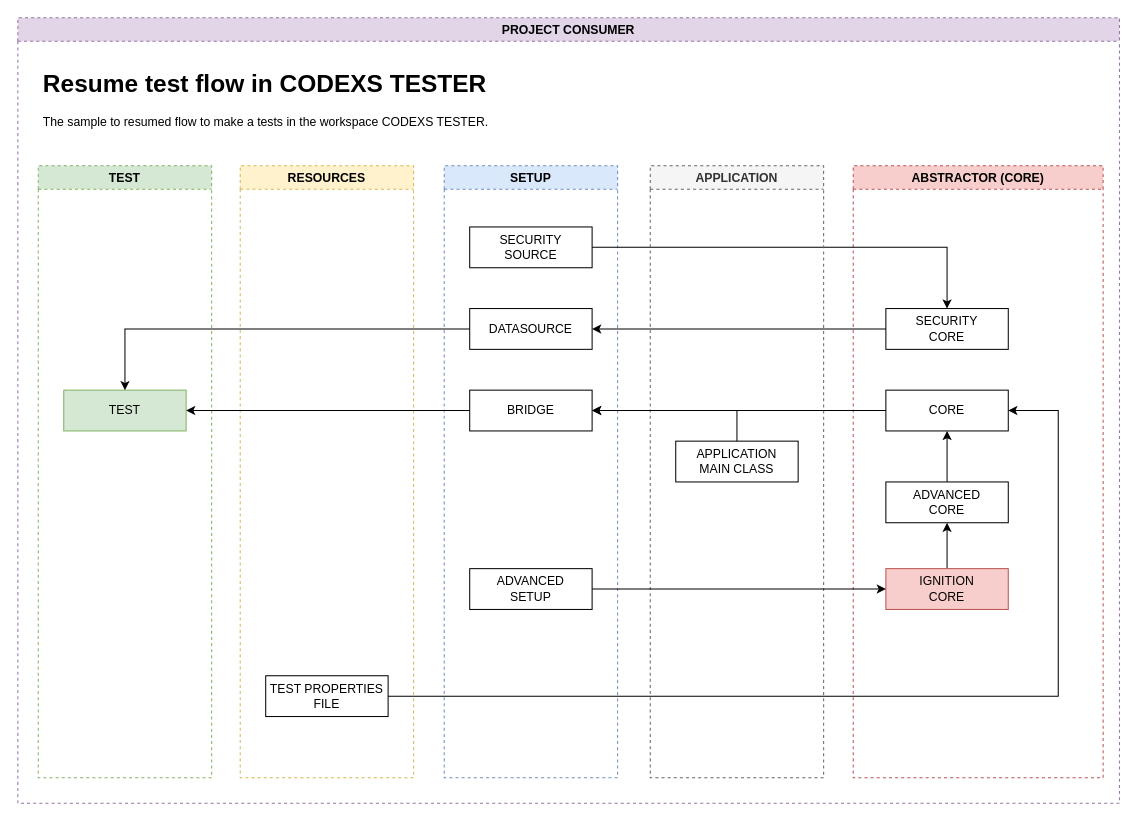
This is page "Resumed" (2 of 4) of data/midias/release_1.0.5/codexstester-diagram-flow-release_1.0.5.drawio from huntercodexs/codexstester, a draw.io file, before an edit. Source tidied: cells renumbered, new cells numbered last; positions are measured from the earlier drawing's top-left corner, leaving out a move shared by most shapes. Both pictures are drawn from the tidied source at 102%, with x=0, y=0 at pixel (17, 17).
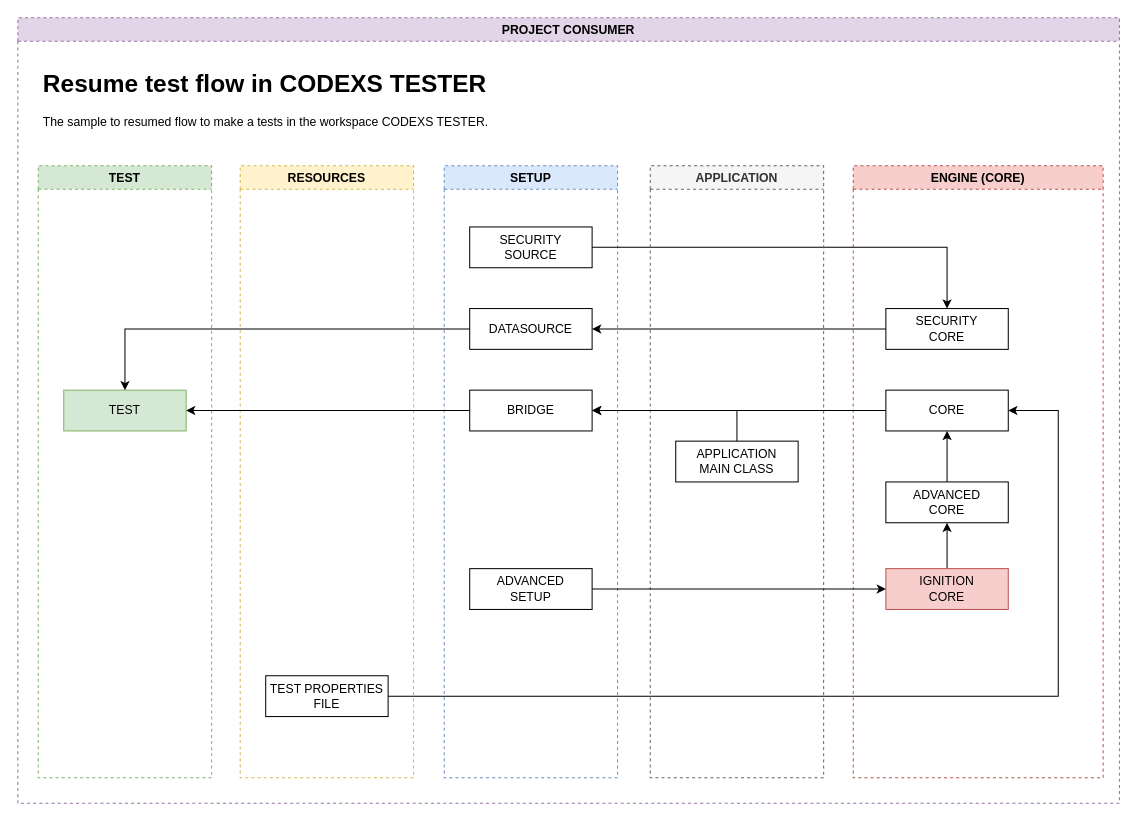
The same page after the edit.

Unchanged cells that the change refers to:
```xml
<mxCell id="2" value="PROJECT CONSUMER" style="swimlane;whiteSpace=wrap;html=1;rounded=0;dashed=1;fillColor=#e1d5e7;strokeColor=#9673a6;" parent="1" vertex="1">
  <mxGeometry width="1080" height="770" as="geometry" />
</mxCell>
```

What changed in the source:
```diff
@@
-    <mxCell id="11" value="ABSTRACTOR (CORE)" style="swimlane;whiteSpace=wrap;html=1;dashed=1;fillColor=#f8cecc;strokeColor=#b85450;" parent="2" vertex="1">
+    <mxCell id="11" value="ENGINE (CORE)" style="swimlane;whiteSpace=wrap;html=1;dashed=1;fillColor=#f8cecc;strokeColor=#b85450;" parent="2" vertex="1">
       <mxGeometry x="819" y="145" width="245" height="600" as="geometry" />
     </mxCell>
```
